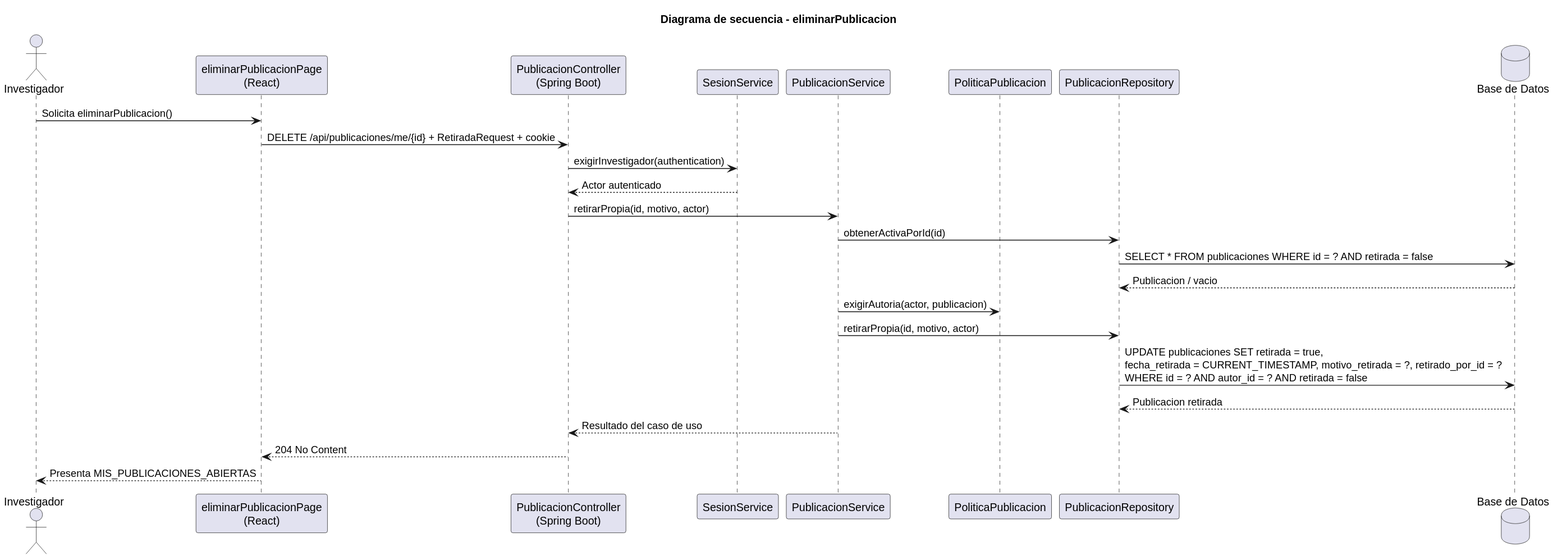
This is images/RUP/02-diseño/casos-uso/investigador/eliminarPublicacion/secuencia.svg from beatriizorozco/25-26-idsw2-sdVC, a PlantUML export, as it was before one commit.
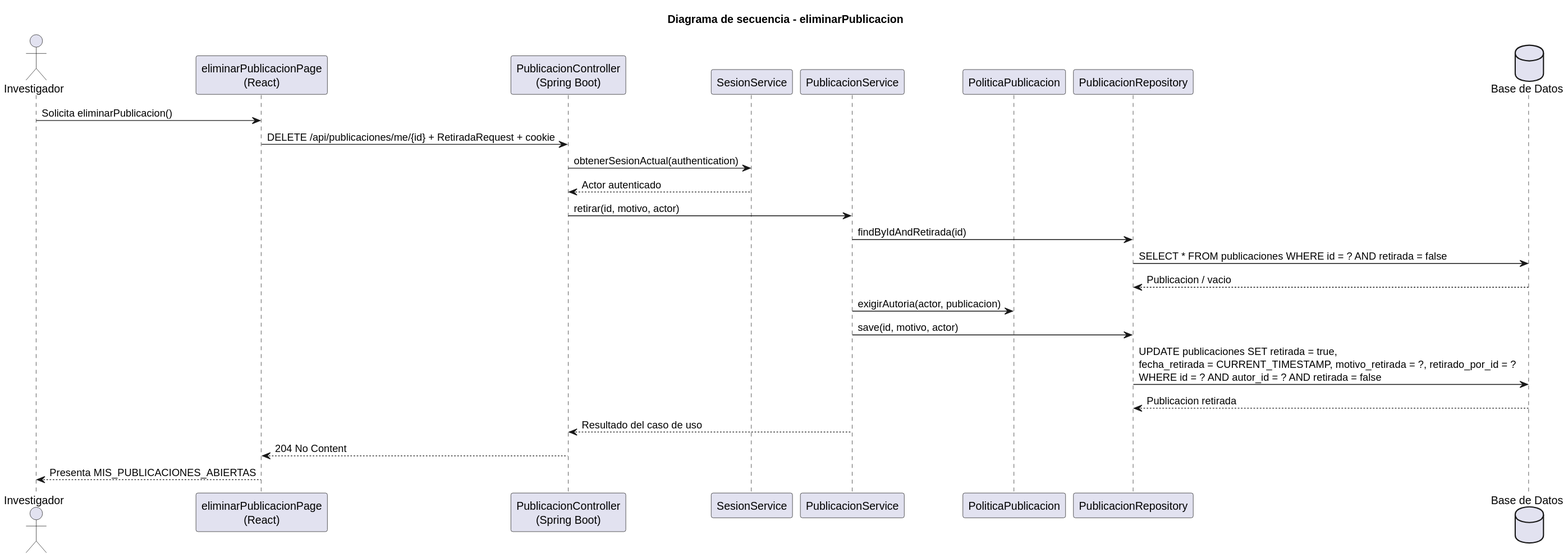
The same diagram one commit later.

Change to the diagram source:
```diff
@@ -12,14 +12,14 @@
 
 Investigador -> Frontend: Solicita eliminarPublicacion()
 Frontend -> Api: DELETE /api/publicaciones/me/{id} + RetiradaRequest + cookie
-Api -> Sesion: exigirInvestigador(authentication)
+Api -> Sesion: obtenerSesionActual(authentication)
 Sesion --> Api: Actor autenticado
-Api -> Service: retirarPropia(id, motivo, actor)
-Service -> Repo: obtenerActivaPorId(id)
+Api -> Service: retirar(id, motivo, actor)
+Service -> Repo: findByIdAndRetirada(id)
 Repo -> DB: SELECT * FROM publicaciones WHERE id = ? AND retirada = false
 DB --> Repo: Publicacion / vacio
 Service -> Policy: exigirAutoria(actor, publicacion)
-Service -> Repo: retirarPropia(id, motivo, actor)
+Service -> Repo: save(id, motivo, actor)
 Repo -> DB: UPDATE publicaciones SET retirada = true,\nfecha_retirada = CURRENT_TIMESTAMP, motivo_retirada = ?, retirado_por_id = ?\nWHERE id = ? AND autor_id = ? AND retirada = false
 DB --> Repo: Publicacion retirada
 Service --> Api: Resultado del caso de uso
```
